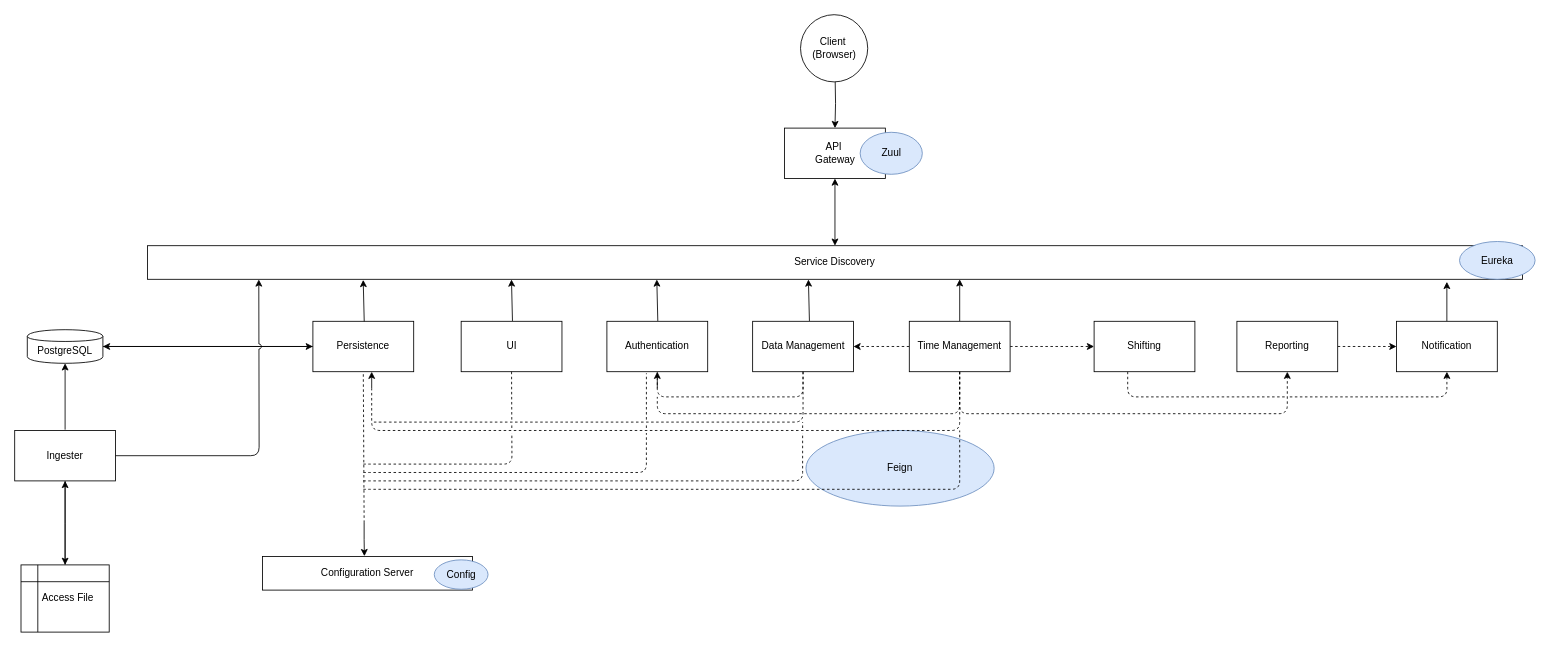
Earlier version of the draw.io diagram MS Diagram.drawio (noelele/hris). Source tidied: cells renumbered, new cells numbered last; positions are measured from the earlier drawing's top-left corner, leaving out a move shared by most shapes. Both pictures are drawn from the tidied source at 84%, with x=0, y=0 at pixel (14, 14).
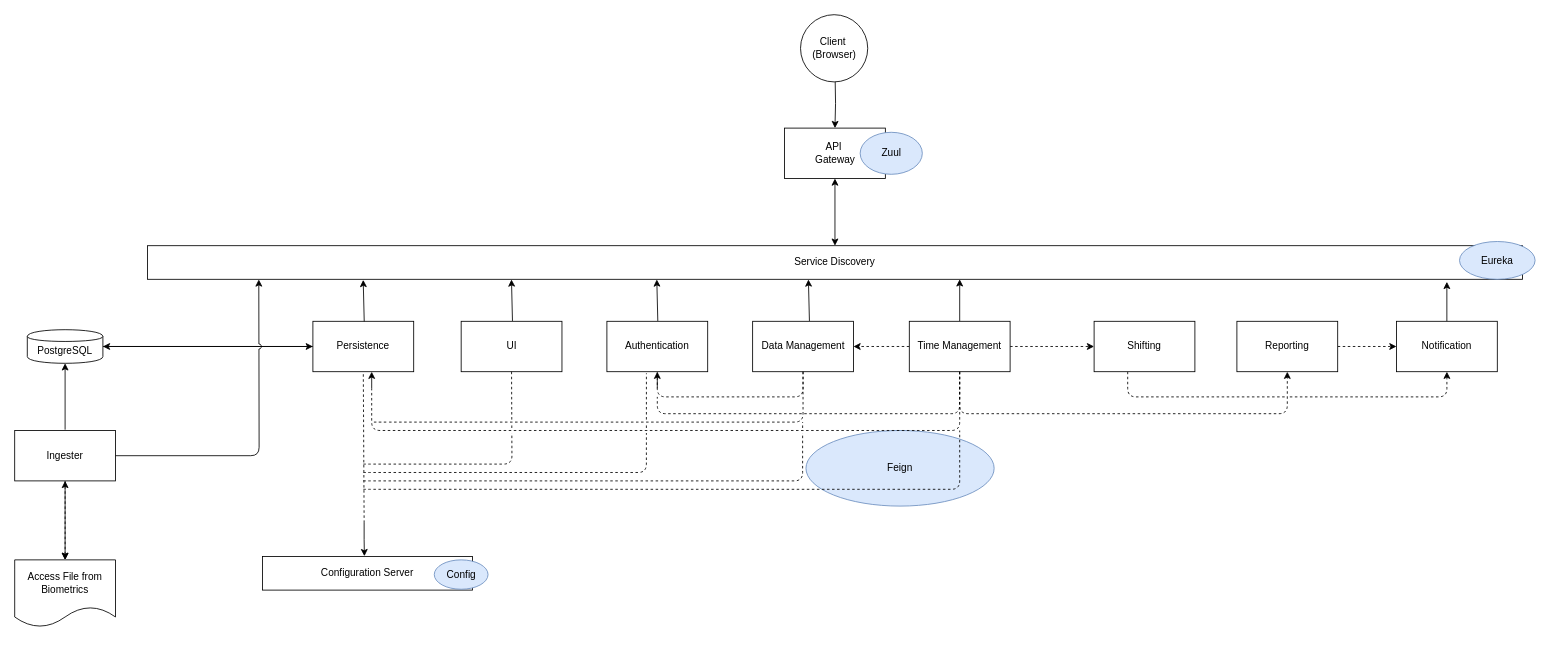
Above is the later version.

The change refers to these unchanged cells:
```xml
<mxCell id="9" value="Ingester&lt;br&gt;" style="rounded=0;whiteSpace=wrap;html=1;" parent="1" vertex="1">
  <mxGeometry y="495" width="120" height="60" as="geometry" />
</mxCell>
```

The edit, as a diff of the source:
```diff
@@
-    <mxCell id="8" style="edgeStyle=orthogonalEdgeStyle;rounded=1;jumpStyle=gap;jettySize=auto;html=1;entryX=0.5;entryY=0;entryDx=0;entryDy=0;strokeColor=#000000;" parent="1" edge="1" source="9" target="17">
+    <mxCell id="8" style="edgeStyle=orthogonalEdgeStyle;rounded=1;jumpStyle=gap;jettySize=auto;html=1;entryX=0.5;entryY=0;entryDx=0;entryDy=0;strokeColor=#000000;" parent="1" edge="1" source="9" target="53">
       <mxGeometry relative="1" as="geometry" />
     </mxCell>
+    <mxCell id="52" style="edgeStyle=orthogonalEdgeStyle;rounded=1;jumpStyle=gap;jettySize=auto;html=1;entryX=0.5;entryY=0;entryDx=0;entryDy=0;dashed=1;strokeColor=#000000;startArrow=classic;startFill=1;" parent="1" edge="1" source="9" target="53">
+      <mxGeometry relative="1" as="geometry" />
+    </mxCell>
@@
-    <mxCell id="16" style="edgeStyle=orthogonalEdgeStyle;rounded=0;jettySize=auto;html=1;" parent="1" edge="1" source="17">
-      <mxGeometry relative="1" as="geometry">
-        <mxPoint x="60" y="555" as="targetPoint" />
-      </mxGeometry>
-    </mxCell>
-    <mxCell id="17" value="&amp;nbsp; Access File" style="shape=internalStorage;whiteSpace=wrap;html=1;backgroundOutline=1;" parent="1" vertex="1">
-      <mxGeometry x="7.5" y="655" width="105" height="80" as="geometry" />
-    </mxCell>
@@
+    <mxCell id="53" value="Access File from Biometrics" style="shape=document;whiteSpace=wrap;html=1;boundedLbl=1;" parent="1" vertex="1">
+      <mxGeometry y="649" width="120" height="80" as="geometry" />
+    </mxCell>
```
